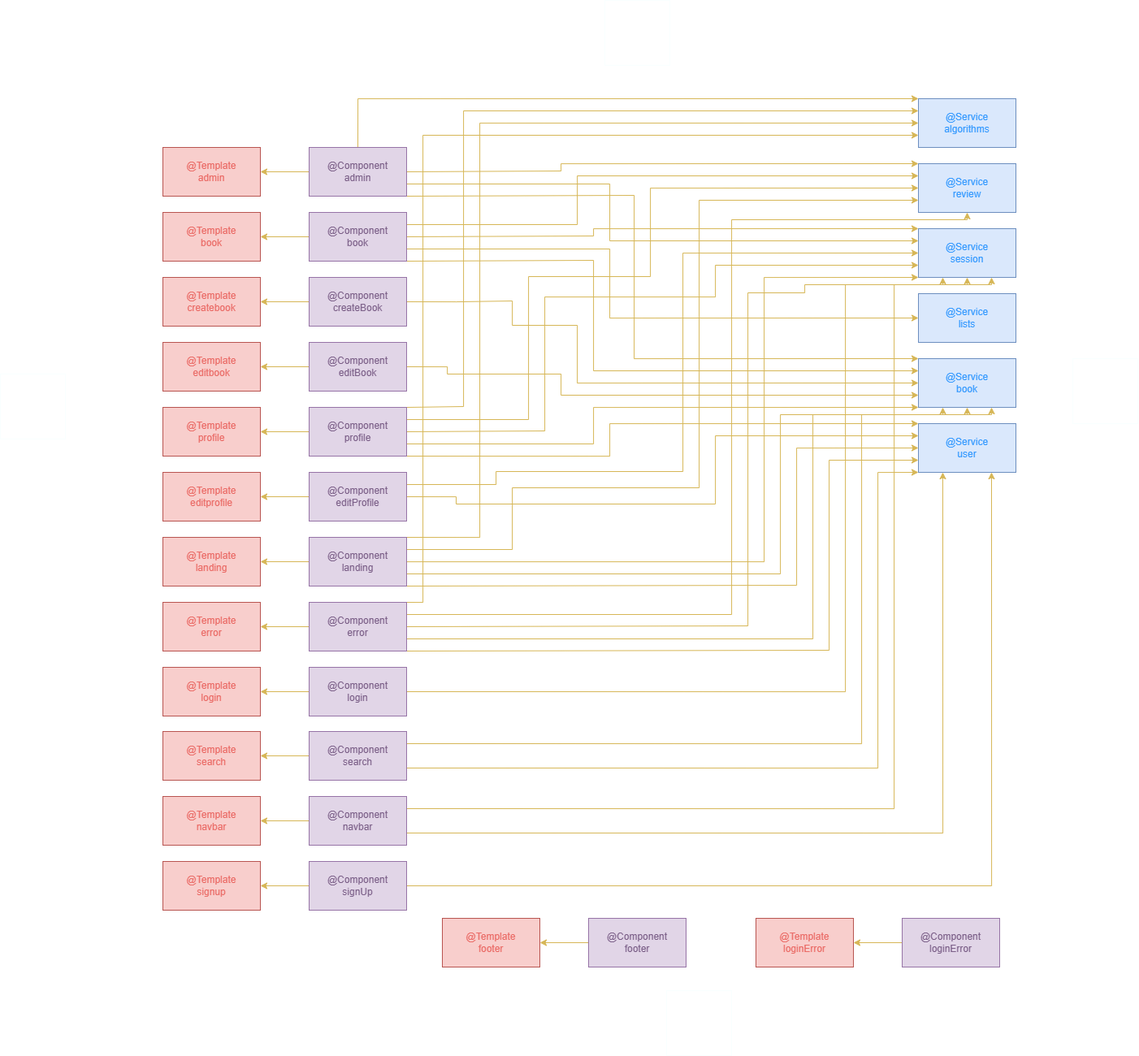
Earlier version of the draw.io export readme-resources/SPADiagram.png (CodeURJC-DAW-2023-24/webapp03). Source tidied: cells renumbered, new cells last; positions are measured from the earlier drawing's top-left corner, leaving out a move shared by most shapes.
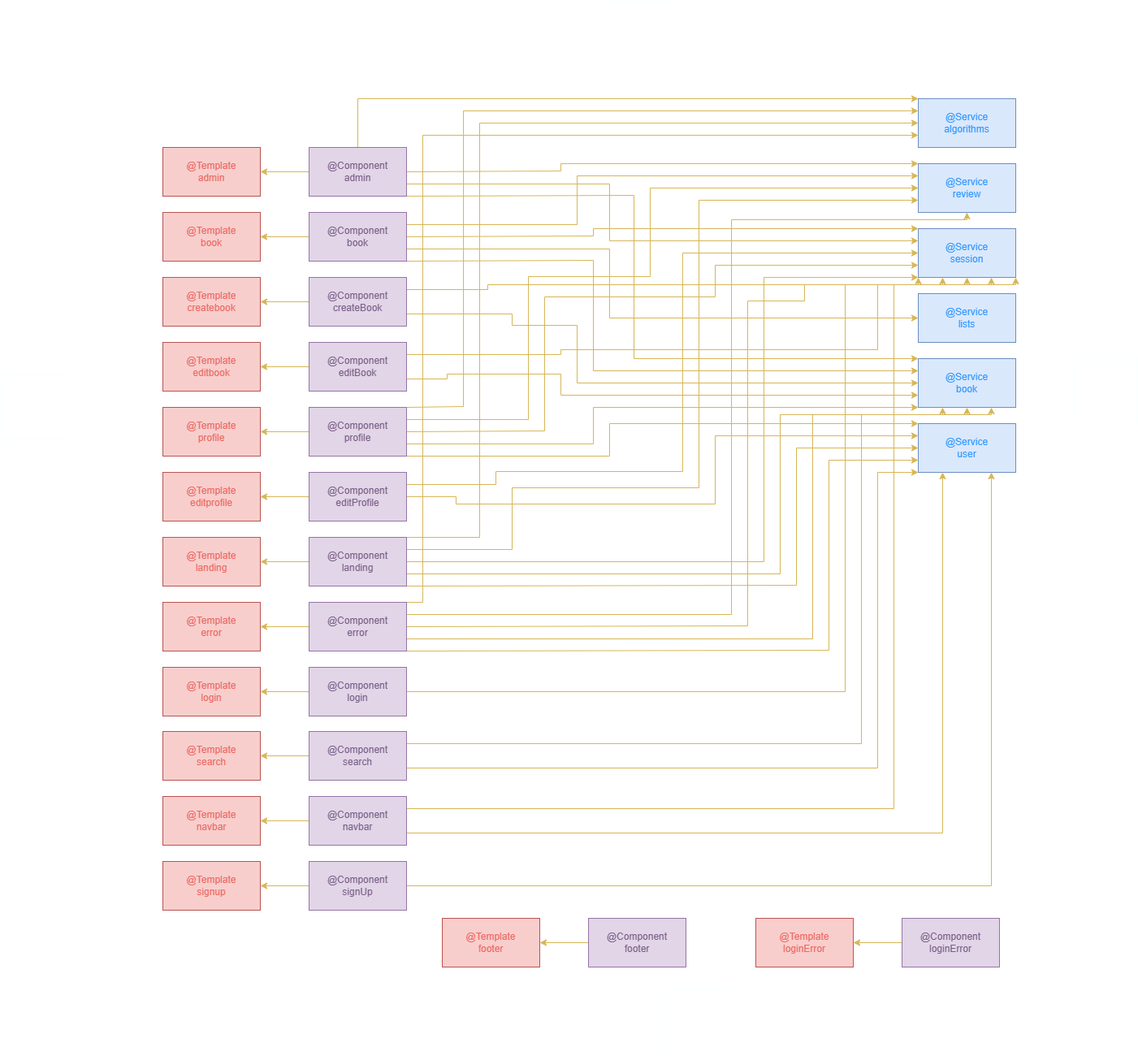
After the change.

Diff of the diagram source:
```diff
@@ -78,11 +78,10 @@
     <mxCell id="13" value="@Component&lt;div&gt;book&lt;/div&gt;" style="rounded=0;whiteSpace=wrap;html=1;fillColor=#e1d5e7;strokeColor=#9673a6;fontColor=#7A5E87;" parent="1" vertex="1">
       <mxGeometry x="380" y="261" width="120" height="60" as="geometry" />
     </mxCell>
-    <mxCell id="14" style="edgeStyle=orthogonalEdgeStyle;rounded=0;jettySize=auto;html=1;entryX=0;entryY=0.5;entryDx=0;entryDy=0;fillColor=#fff2cc;strokeColor=#d6b656;exitX=1;exitY=0.5;exitDx=0;exitDy=0;" parent="1" edge="1" source="16" target="64">
+    <mxCell id="14" style="edgeStyle=orthogonalEdgeStyle;rounded=0;jettySize=auto;html=1;entryX=0;entryY=0.5;entryDx=0;entryDy=0;fillColor=#fff2cc;strokeColor=#d6b656;exitX=1;exitY=0.75;exitDx=0;exitDy=0;" parent="1" edge="1" source="16" target="64">
       <mxGeometry relative="1" as="geometry">
         <Array as="points">
-          <mxPoint x="561" y="370" />
-          <mxPoint x="630" y="370" />
+          <mxPoint x="630" y="386" />
           <mxPoint x="630" y="400" />
           <mxPoint x="710" y="400" />
           <mxPoint x="710" y="471" />
@@ -92,13 +91,22 @@
     <mxCell id="15" style="edgeStyle=orthogonalEdgeStyle;rounded=0;jettySize=auto;html=1;entryX=1;entryY=0.5;entryDx=0;entryDy=0;fillColor=#fff2cc;strokeColor=#d6b656;" parent="1" edge="1" source="16" target="71">
       <mxGeometry relative="1" as="geometry" />
     </mxCell>
+    <mxCell id="87" style="edgeStyle=orthogonalEdgeStyle;rounded=0;jettySize=auto;html=1;exitX=1;exitY=0.25;exitDx=0;exitDy=0;fillColor=#fff2cc;strokeColor=#d6b656;entryX=0.75;entryY=1;entryDx=0;entryDy=0;" parent="1" edge="1" source="16" target="67">
+      <mxGeometry relative="1" as="geometry">
+        <Array as="points">
+          <mxPoint x="600" y="356" />
+          <mxPoint x="600" y="350" />
+          <mxPoint x="1220" y="350" />
+        </Array>
+      </mxGeometry>
+    </mxCell>
     <mxCell id="16" value="@Component&lt;div&gt;createBook&lt;/div&gt;" style="rounded=0;whiteSpace=wrap;html=1;fillColor=#e1d5e7;strokeColor=#9673a6;fontColor=#7A5E87;" parent="1" vertex="1">
       <mxGeometry x="380" y="341" width="120" height="60" as="geometry" />
     </mxCell>
-    <mxCell id="17" style="edgeStyle=orthogonalEdgeStyle;rounded=0;jettySize=auto;html=1;entryX=0;entryY=0.75;entryDx=0;entryDy=0;fillColor=#fff2cc;strokeColor=#d6b656;exitX=1;exitY=0.5;exitDx=0;exitDy=0;" parent="1" edge="1" source="19" target="64">
+    <mxCell id="17" style="edgeStyle=orthogonalEdgeStyle;rounded=0;jettySize=auto;html=1;entryX=0;entryY=0.75;entryDx=0;entryDy=0;fillColor=#fff2cc;strokeColor=#d6b656;exitX=1;exitY=0.75;exitDx=0;exitDy=0;" parent="1" edge="1" source="19" target="64">
       <mxGeometry relative="1" as="geometry">
         <Array as="points">
-          <mxPoint x="550" y="451" />
+          <mxPoint x="550" y="466" />
           <mxPoint x="550" y="460" />
           <mxPoint x="690" y="460" />
           <mxPoint x="690" y="486" />
@@ -108,6 +116,17 @@
     <mxCell id="18" style="edgeStyle=orthogonalEdgeStyle;rounded=0;jettySize=auto;html=1;entryX=1;entryY=0.5;entryDx=0;entryDy=0;fillColor=#fff2cc;strokeColor=#d6b656;" parent="1" edge="1" source="19" target="72">
       <mxGeometry relative="1" as="geometry" />
     </mxCell>
+    <mxCell id="88" style="edgeStyle=orthogonalEdgeStyle;rounded=0;jettySize=auto;html=1;exitX=1;exitY=0.25;exitDx=0;exitDy=0;fillColor=#fff2cc;strokeColor=#d6b656;entryX=1;entryY=1;entryDx=0;entryDy=0;" parent="1" edge="1" source="19" target="67">
+      <mxGeometry relative="1" as="geometry">
+        <Array as="points">
+          <mxPoint x="690" y="436" />
+          <mxPoint x="690" y="430" />
+          <mxPoint x="1080" y="430" />
+          <mxPoint x="1080" y="350" />
+          <mxPoint x="1250" y="350" />
+        </Array>
+      </mxGeometry>
+    </mxCell>
     <mxCell id="19" value="@Component&lt;div&gt;editBook&lt;/div&gt;" style="rounded=0;whiteSpace=wrap;html=1;fillColor=#e1d5e7;strokeColor=#9673a6;fontColor=#7A5E87;" parent="1" vertex="1">
       <mxGeometry x="380" y="421" width="120" height="60" as="geometry" />
     </mxCell>
@@ -169,14 +188,14 @@
         </Array>
       </mxGeometry>
     </mxCell>
-    <mxCell id="28" style="edgeStyle=orthogonalEdgeStyle;rounded=0;jettySize=auto;html=1;exitX=1;exitY=0.5;exitDx=0;exitDy=0;entryX=0.5;entryY=1;entryDx=0;entryDy=0;fillColor=#fff2cc;strokeColor=#d6b656;" parent="1" edge="1" source="33" target="67">
+    <mxCell id="28" style="edgeStyle=orthogonalEdgeStyle;rounded=0;jettySize=auto;html=1;exitX=1;exitY=0.5;exitDx=0;exitDy=0;entryX=0.25;entryY=1;entryDx=0;entryDy=0;fillColor=#fff2cc;strokeColor=#d6b656;" parent="1" edge="1" source="33" target="67">
       <mxGeometry relative="1" as="geometry">
         <Array as="points">
           <mxPoint x="920" y="770" />
-          <mxPoint x="920" y="360" />
-          <mxPoint x="990" y="360" />
+          <mxPoint x="920" y="370" />
+          <mxPoint x="990" y="370" />
           <mxPoint x="990" y="350" />
-          <mxPoint x="1190" y="350" />
+          <mxPoint x="1160" y="350" />
         </Array>
       </mxGeometry>
     </mxCell>
@@ -268,12 +287,12 @@
     <mxCell id="42" value="@Component&lt;div&gt;landing&lt;/div&gt;" style="rounded=0;whiteSpace=wrap;html=1;fillColor=#e1d5e7;strokeColor=#9673a6;fontColor=#7A5E87;" parent="1" vertex="1">
       <mxGeometry x="380" y="661" width="120" height="60" as="geometry" />
     </mxCell>
-    <mxCell id="43" style="edgeStyle=orthogonalEdgeStyle;rounded=0;jettySize=auto;html=1;exitX=1;exitY=0.5;exitDx=0;exitDy=0;entryX=0.75;entryY=1;entryDx=0;entryDy=0;fillColor=#fff2cc;strokeColor=#d6b656;" parent="1" edge="1" source="45" target="67">
+    <mxCell id="43" style="edgeStyle=orthogonalEdgeStyle;rounded=0;jettySize=auto;html=1;exitX=1;exitY=0.5;exitDx=0;exitDy=0;entryX=0.5;entryY=1;entryDx=0;entryDy=0;fillColor=#fff2cc;strokeColor=#d6b656;" parent="1" edge="1" source="45" target="67">
       <mxGeometry relative="1" as="geometry">
         <Array as="points">
           <mxPoint x="1040" y="851" />
           <mxPoint x="1040" y="350" />
-          <mxPoint x="1220" y="350" />
+          <mxPoint x="1190" y="350" />
         </Array>
       </mxGeometry>
     </mxCell>
@@ -289,12 +308,12 @@
     <mxCell id="47" value="@Component&lt;div&gt;loginError&lt;/div&gt;" style="rounded=0;whiteSpace=wrap;html=1;fillColor=#e1d5e7;strokeColor=#9673a6;fontColor=#7A5E87;" parent="1" vertex="1">
       <mxGeometry x="1110" y="1130" width="120" height="60" as="geometry" />
     </mxCell>
-    <mxCell id="48" style="edgeStyle=orthogonalEdgeStyle;rounded=0;jettySize=auto;html=1;exitX=1;exitY=0.25;exitDx=0;exitDy=0;entryX=0.25;entryY=1;entryDx=0;entryDy=0;fillColor=#fff2cc;strokeColor=#d6b656;" parent="1" edge="1" source="51" target="67">
+    <mxCell id="48" style="edgeStyle=orthogonalEdgeStyle;rounded=0;jettySize=auto;html=1;exitX=1;exitY=0.25;exitDx=0;exitDy=0;entryX=0;entryY=1;entryDx=0;entryDy=0;fillColor=#fff2cc;strokeColor=#d6b656;" parent="1" edge="1" source="51" target="67">
       <mxGeometry relative="1" as="geometry">
         <Array as="points">
           <mxPoint x="1100" y="995" />
           <mxPoint x="1100" y="350" />
-          <mxPoint x="1160" y="350" />
+          <mxPoint x="1130" y="350" />
         </Array>
       </mxGeometry>
     </mxCell>
```
